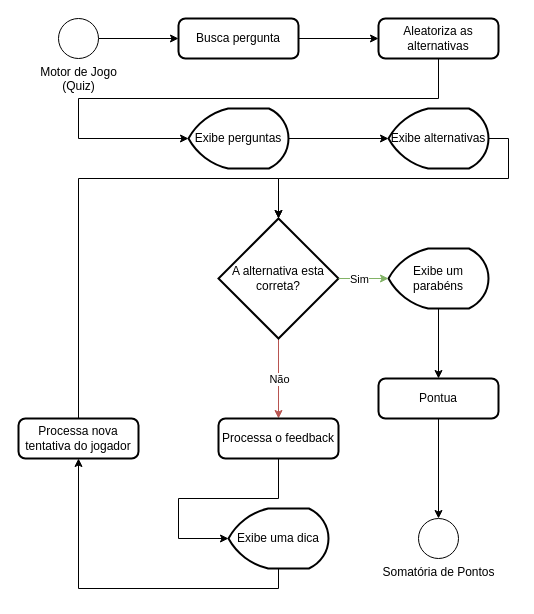
Earlier version of the draw.io diagram page "engine-multipla-escolha" (2 of 7) of docs/fluxograma.drawio (DHDC-21/this-is-a-serious-game). Source tidied: cells renumbered, new cells numbered last; positions are measured from the earlier drawing's top-left corner, leaving out a move shared by most shapes. Both pictures are drawn from the tidied source at 100%, with x=0, y=0 at pixel (18, 18).
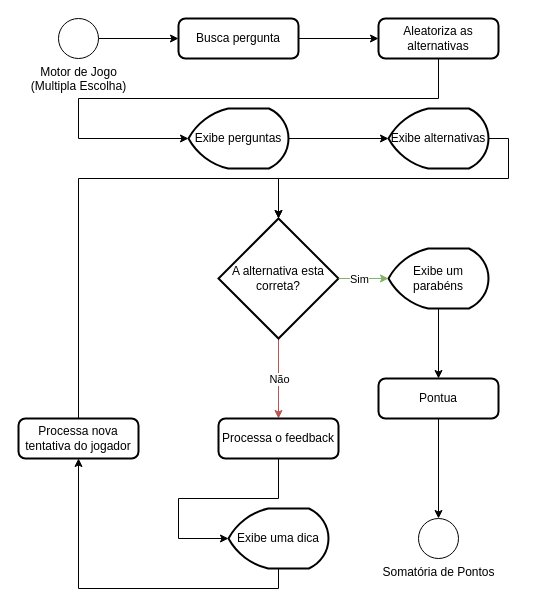
The same diagram, later.

Change to the diagram source:
```diff
@@
-    <mxCell id="3" value="Motor de Jogo&lt;div&gt;(Quiz)&lt;/div&gt;" style="verticalLabelPosition=bottom;verticalAlign=top;html=1;shape=mxgraph.flowchart.on-page_reference;" parent="1" vertex="1">
+    <mxCell id="3" value="Motor de Jogo&lt;div&gt;(Multipla Escolha&lt;span style=&quot;background-color: transparent; color: light-dark(rgb(0, 0, 0), rgb(255, 255, 255));&quot;&gt;)&lt;/span&gt;&lt;/div&gt;" style="verticalLabelPosition=bottom;verticalAlign=top;html=1;shape=mxgraph.flowchart.on-page_reference;" parent="1" vertex="1">
       <mxGeometry x="40" width="40" height="40" as="geometry" />
     </mxCell>
```
